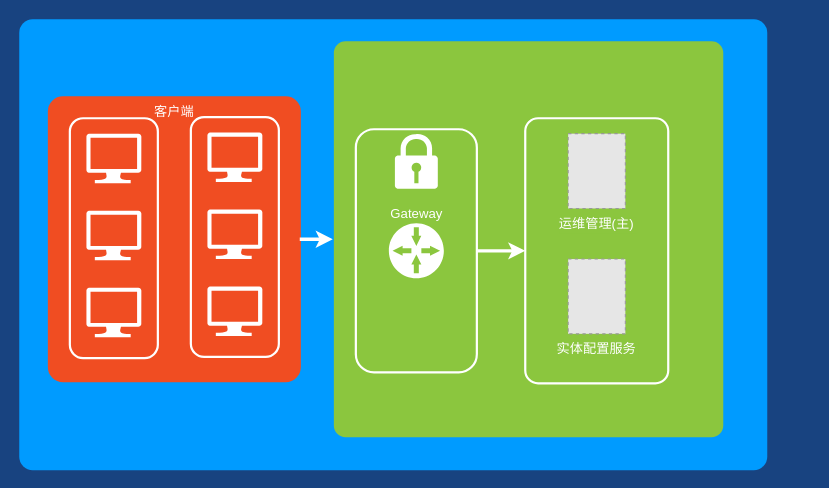
This is supfusion/集群部署/实体配置服务部署.drawio from publisherfk/diagrams, a draw.io file, before an edit. Source tidied: cells renumbered, new cells numbered last; positions are measured from the earlier drawing's top-left corner, leaving out a move shared by most shapes. Both pictures are drawn from the tidied source at 110%, with x=0, y=0 at pixel (19, 19). Pictures stored in the file or linked from it are replaced by grey dashed boxes.
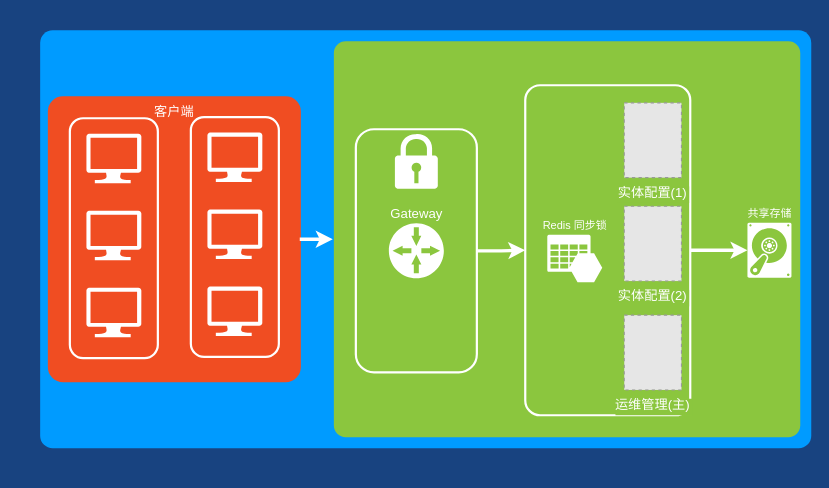
Above is the later version.

Commit message:
Update 实体配置服务部署.drawio

Change to the diagram source:
```diff
@@
     <mxCell id="2" style="whiteSpace=wrap;html=1;rounded=1;shadow=0;strokeColor=none;strokeWidth=2;fillColor=#009BFF;fontSize=20;fontColor=#FFFFFF;align=center;arcSize=3;verticalAlign=top;spacingTop=4;" parent="1" vertex="1">
-      <mxGeometry width="680" height="410" as="geometry" />
+      <mxGeometry x="19" y="10" width="701" height="380" as="geometry" />
     </mxCell>
     <mxCell id="3" style="rounded=1;whiteSpace=wrap;html=1;shadow=0;strokeWidth=2;fillColor=#8BC63E;fontSize=12;fontColor=#000000;align=center;strokeColor=none;arcSize=3;" parent="1" vertex="1">
-      <mxGeometry x="286" y="20" width="354" height="360" as="geometry" />
+      <mxGeometry x="286" y="20" width="424" height="360" as="geometry" />
     </mxCell>
@@
+    <mxCell id="21" style="edgeStyle=orthogonalEdgeStyle;rounded=0;jettySize=auto;html=1;strokeColor=#FFFFFF;strokeWidth=3;" parent="1" edge="1" source="16" target="22">
+      <mxGeometry relative="1" as="geometry" />
+    </mxCell>
     <mxCell id="16" style="rounded=1;whiteSpace=wrap;html=1;shadow=0;strokeWidth=2;fillColor=none;fontSize=12;fontColor=#000000;align=center;strokeColor=#FFFFFF;arcSize=9;" parent="1" vertex="1">
-      <mxGeometry x="460" y="90" width="130" height="241" as="geometry" />
+      <mxGeometry x="460" y="60" width="150" height="300" as="geometry" />
     </mxCell>
@@
-    <mxCell id="18" value="运维管理(主)" style="fillColor=#E6E6E6;strokeColor=#999999;dashed=1;verticalLabelPosition=bottom;labelBackgroundColor=#8BC63E;verticalAlign=top;fontColor=#FFFFFF;" parent="1" vertex="1">
-      <mxGeometry x="499" y="104" width="52" height="68" as="geometry" />
+    <mxCell id="18" value="实体配置(1)" style="fillColor=#E6E6E6;strokeColor=#999999;dashed=1;verticalLabelPosition=bottom;labelBackgroundColor=#8BC63E;verticalAlign=top;fontColor=#FFFFFF;" parent="1" vertex="1">
+      <mxGeometry x="550" y="76" width="52" height="68" as="geometry" />
     </mxCell>
@@
-    <mxCell id="20" value="实体配置服务" style="fillColor=#E6E6E6;strokeColor=#999999;dashed=1;verticalLabelPosition=bottom;labelBackgroundColor=#8BC63E;verticalAlign=top;fontColor=#FFFFFF;" parent="1" vertex="1">
-      <mxGeometry x="499" y="218" width="52" height="68" as="geometry" />
+    <mxCell id="20" value="实体配置(2)" style="fillColor=#E6E6E6;strokeColor=#999999;dashed=1;verticalLabelPosition=bottom;labelBackgroundColor=#8BC63E;verticalAlign=top;fontColor=#FFFFFF;" parent="1" vertex="1">
+      <mxGeometry x="550" y="170" width="52" height="68" as="geometry" />
     </mxCell>
+    <mxCell id="22" value="共享存储" style="shadow=0;html=1;strokeColor=none;fillColor=#FFFFFF;labelPosition=center;verticalLabelPosition=top;verticalAlign=bottom;shape=mxgraph.azure.vhd;rounded=0;fontSize=10;fontColor=#FFFFFF;align=center;" parent="1" vertex="1">
+      <mxGeometry x="662" y="185" width="40" height="50" as="geometry" />
+    </mxCell>
+    <mxCell id="23" value="运维管理(主)" style="fillColor=#E6E6E6;strokeColor=#999999;dashed=1;verticalLabelPosition=bottom;labelBackgroundColor=#8BC63E;verticalAlign=top;fontColor=#FFFFFF;" parent="1" vertex="1">
+      <mxGeometry x="550" y="269" width="52" height="68" as="geometry" />
+    </mxCell>
+    <mxCell id="24" value="Redis 同步锁" style="shadow=0;html=1;strokeColor=none;labelPosition=center;verticalLabelPosition=top;verticalAlign=bottom;shape=mxgraph.mscae.cloud.azure_storage;fillColor=#FFFFFF;rounded=0;fontSize=10;fontColor=#FFFFFF;align=center;" parent="1" vertex="1">
+      <mxGeometry x="480" y="196" width="50" height="43" as="geometry" />
+    </mxCell>
```
